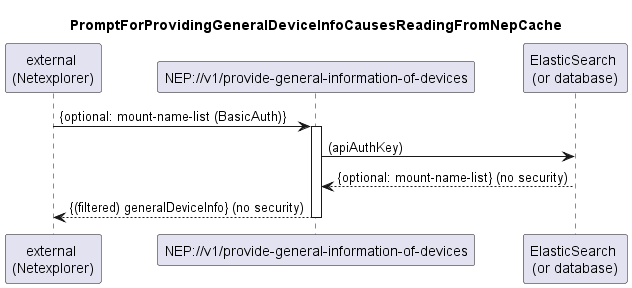
openBackhaul/NetExplorerProxy keeps this PlantUML diagram as spec/diagrams/025_ProvideGeneralDeviceInfo.png. Above is the earlier version. The source it was exported from:
```plantuml
@startuml 025_ProvideGeneralDeviceInfo
skinparam responseMessageBelowArrow true

title PromptForProvidingGeneralDeviceInfoCausesReadingFromNepCache

participant "external \n(Netexplorer)" as external
participant "NEP://v1/provide-general-information-of-devices" as nep
participant "ElasticSearch \n(or database)" as db

external -> nep: {optional: mount-name-list (BasicAuth)}
activate nep

nep -> db: (apiAuthKey)
db --> nep: {optional: mount-name-list} (no security)

nep --> external: {(filtered) generalDeviceInfo} (no security)

deactivate nep
@enduml
```
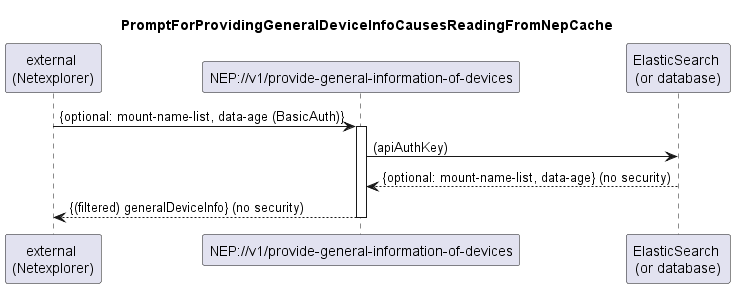
Later version of the same file.

What changed in the source:
```diff
@@ -7,11 +7,11 @@
 participant "NEP://v1/provide-general-information-of-devices" as nep
 participant "ElasticSearch \n(or database)" as db
 
-external -> nep: {optional: mount-name-list (BasicAuth)}
+external -> nep: {optional: mount-name-list, data-age (BasicAuth)}
 activate nep
 
 nep -> db: (apiAuthKey)
-db --> nep: {optional: mount-name-list} (no security)
+db --> nep: {optional: mount-name-list, data-age} (no security)
 
 nep --> external: {(filtered) generalDeviceInfo} (no security)
 
```
